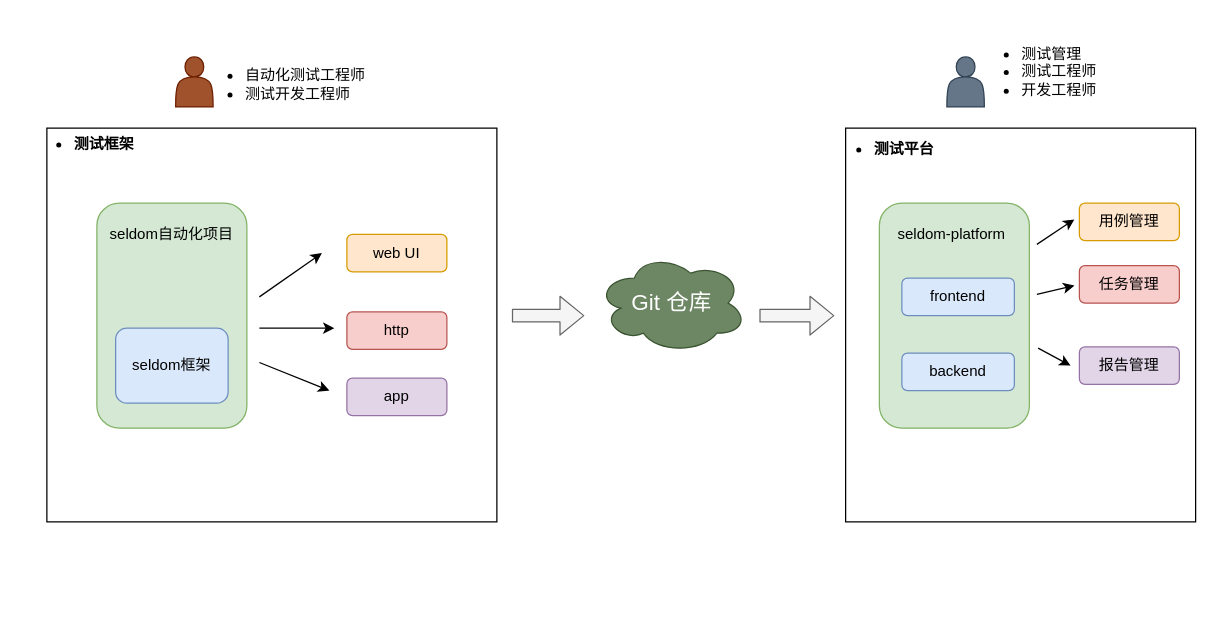
Above: architecture.drawio in SeldomQA/seldom-platform (draw.io), before the change. Source tidied: cells renumbered, new cells numbered last; positions are measured from the earlier drawing's top-left corner, leaving out a move shared by most shapes. Both pictures are drawn from the tidied source at 125%, with x=0, y=0 at pixel (21, 21).
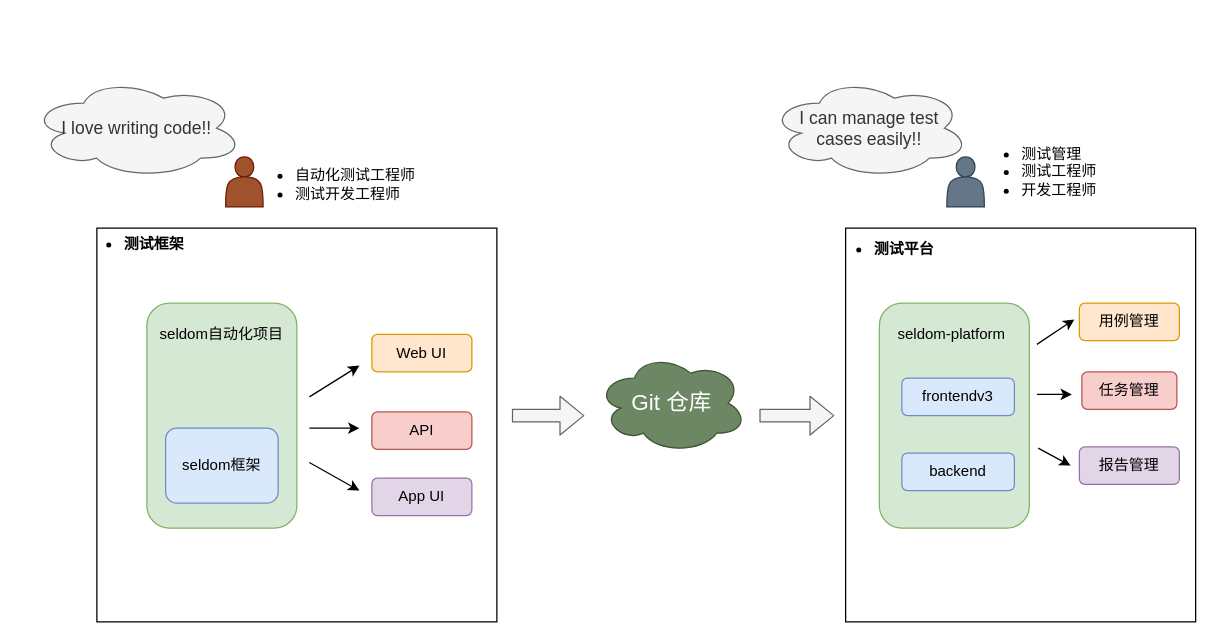
After the change.

Commit message (it also covers changes not shown here):
img: update architecture.

Change to the diagram source:
```diff
@@
     <mxCell id="2" style="rounded=0;whiteSpace=wrap;html=1;" parent="1" vertex="1">
-      <mxGeometry x="659" y="85" width="280" height="315" as="geometry" />
+      <mxGeometry x="659" y="165" width="280" height="315" as="geometry" />
     </mxCell>
     <mxCell id="3" style="rounded=0;whiteSpace=wrap;html=1;" parent="1" vertex="1">
-      <mxGeometry x="20" y="85" width="360" height="315" as="geometry" />
+      <mxGeometry x="60" y="165" width="320" height="315" as="geometry" />
     </mxCell>
     <mxCell id="4" style="rounded=1;whiteSpace=wrap;html=1;fillColor=#d5e8d4;strokeColor=#82b366;" parent="1" vertex="1">
-      <mxGeometry x="686" y="145" width="120" height="180" as="geometry" />
+      <mxGeometry x="686" y="225" width="120" height="180" as="geometry" />
     </mxCell>
     <mxCell id="5" value="seldom-platform" style="text;html=1;strokeColor=none;fillColor=none;align=center;verticalAlign=middle;whiteSpace=wrap;rounded=0;" parent="1" vertex="1">
-      <mxGeometry x="694" y="155" width="100" height="30" as="geometry" />
+      <mxGeometry x="694" y="235" width="100" height="30" as="geometry" />
     </mxCell>
-    <mxCell id="6" value="frontend" style="rounded=1;whiteSpace=wrap;html=1;fillColor=#dae8fc;strokeColor=#6c8ebf;" parent="1" vertex="1">
-      <mxGeometry x="704" y="205" width="90" height="30" as="geometry" />
+    <mxCell id="6" value="frontendv3" style="rounded=1;whiteSpace=wrap;html=1;fillColor=#dae8fc;strokeColor=#6c8ebf;" parent="1" vertex="1">
+      <mxGeometry x="704" y="285" width="90" height="30" as="geometry" />
     </mxCell>
     <mxCell id="7" value="backend" style="rounded=1;whiteSpace=wrap;html=1;fillColor=#dae8fc;strokeColor=#6c8ebf;" parent="1" vertex="1">
-      <mxGeometry x="704" y="265" width="90" height="30" as="geometry" />
+      <mxGeometry x="704" y="345" width="90" height="30" as="geometry" />
     </mxCell>
     <mxCell id="8" style="rounded=1;whiteSpace=wrap;html=1;fillColor=#d5e8d4;strokeColor=#82b366;" parent="1" vertex="1">
-      <mxGeometry x="60" y="145" width="120" height="180" as="geometry" />
+      <mxGeometry x="100" y="225" width="120" height="180" as="geometry" />
     </mxCell>
     <mxCell id="9" value="seldom自动化项目" style="text;html=1;strokeColor=none;fillColor=none;align=center;verticalAlign=middle;whiteSpace=wrap;rounded=0;" parent="1" vertex="1">
-      <mxGeometry x="65" y="155" width="110" height="30" as="geometry" />
+      <mxGeometry x="105" y="235" width="110" height="30" as="geometry" />
     </mxCell>
     <mxCell id="10" value="seldom框架" style="rounded=1;whiteSpace=wrap;html=1;fillColor=#dae8fc;strokeColor=#6c8ebf;" parent="1" vertex="1">
-      <mxGeometry x="75" y="245" width="90" height="60" as="geometry" />
+      <mxGeometry x="115" y="325" width="90" height="60" as="geometry" />
     </mxCell>
-    <mxCell id="11" value="web UI" style="rounded=1;whiteSpace=wrap;html=1;fillColor=#ffe6cc;strokeColor=#d79b00;" parent="1" vertex="1">
-      <mxGeometry x="260" y="170" width="80" height="30" as="geometry" />
+    <mxCell id="11" value="Web UI" style="rounded=1;whiteSpace=wrap;html=1;fillColor=#ffe6cc;strokeColor=#d79b00;" parent="1" vertex="1">
+      <mxGeometry x="280" y="250" width="80" height="30" as="geometry" />
     </mxCell>
     <mxCell id="12" style="shape=flexArrow;endArrow=classic;html=1;fillColor=#f5f5f5;strokeColor=#666666;exitX=1;exitY=0.75;exitDx=0;exitDy=0;" parent="1" edge="1">
       <mxGeometry relative="1" as="geometry">
-        <mxPoint x="392" y="235" as="sourcePoint" />
-        <mxPoint x="450" y="235" as="targetPoint" />
+        <mxPoint x="392" y="315" as="sourcePoint" />
+        <mxPoint x="450" y="315" as="targetPoint" />
       </mxGeometry>
     </mxCell>
-    <mxCell id="13" value="http" style="rounded=1;whiteSpace=wrap;html=1;fillColor=#f8cecc;strokeColor=#b85450;" parent="1" vertex="1">
-      <mxGeometry x="260" y="232" width="80" height="30" as="geometry" />
+    <mxCell id="13" value="API" style="rounded=1;whiteSpace=wrap;html=1;fillColor=#f8cecc;strokeColor=#b85450;" parent="1" vertex="1">
+      <mxGeometry x="280" y="312" width="80" height="30" as="geometry" />
     </mxCell>
-    <mxCell id="14" value="app" style="rounded=1;whiteSpace=wrap;html=1;fillColor=#e1d5e7;strokeColor=#9673a6;" parent="1" vertex="1">
-      <mxGeometry x="260" y="285" width="80" height="30" as="geometry" />
+    <mxCell id="14" value="App UI" style="rounded=1;whiteSpace=wrap;html=1;fillColor=#e1d5e7;strokeColor=#9673a6;" parent="1" vertex="1">
+      <mxGeometry x="280" y="365" width="80" height="30" as="geometry" />
     </mxCell>
     <mxCell id="15" style="endArrow=classic;html=1;" parent="1" edge="1">
       <mxGeometry relative="1" as="geometry">
-        <mxPoint x="190" y="220" as="sourcePoint" />
-        <mxPoint x="240" y="185" as="targetPoint" />
+        <mxPoint x="230" y="300" as="sourcePoint" />
+        <mxPoint x="270" y="275" as="targetPoint" />
       </mxGeometry>
     </mxCell>
     <mxCell id="16" style="endArrow=classic;html=1;" parent="1" edge="1">
       <mxGeometry relative="1" as="geometry">
-        <mxPoint x="190" y="245" as="sourcePoint" />
-        <mxPoint x="250" y="245" as="targetPoint" />
+        <mxPoint x="230" y="325" as="sourcePoint" />
+        <mxPoint x="270" y="325" as="targetPoint" />
       </mxGeometry>
     </mxCell>
     <mxCell id="17" style="endArrow=classic;html=1;" parent="1" edge="1">
       <mxGeometry relative="1" as="geometry">
-        <mxPoint x="190" y="272.5" as="sourcePoint" />
-        <mxPoint x="246" y="295" as="targetPoint" />
+        <mxPoint x="230" y="352.5" as="sourcePoint" />
+        <mxPoint x="270" y="375" as="targetPoint" />
       </mxGeometry>
     </mxCell>
     <mxCell id="18" style="shape=actor;whiteSpace=wrap;html=1;fillColor=#a0522d;fontColor=#ffffff;strokeColor=#6D1F00;" parent="1" vertex="1">
-      <mxGeometry x="123" y="28" width="30" height="40" as="geometry" />
+      <mxGeometry x="163" y="108" width="30" height="40" as="geometry" />
     </mxCell>
     <mxCell id="19" value="&lt;ul&gt;&lt;li&gt;自动化测试工程师&lt;/li&gt;&lt;li&gt;测试开发工程师&lt;/li&gt;&lt;/ul&gt;" style="text;strokeColor=none;fillColor=none;html=1;whiteSpace=wrap;verticalAlign=middle;overflow=hidden;" parent="1" vertex="1">
-      <mxGeometry x="137" y="10" width="178" height="80" as="geometry" />
+      <mxGeometry x="177" y="90" width="178" height="80" as="geometry" />
     </mxCell>
     <mxCell id="20" style="shape=actor;whiteSpace=wrap;html=1;fillColor=#647687;fontColor=#ffffff;strokeColor=#314354;" parent="1" vertex="1">
-      <mxGeometry x="740" y="28" width="30" height="40" as="geometry" />
+      <mxGeometry x="740" y="108" width="30" height="40" as="geometry" />
     </mxCell>
     <mxCell id="21" value="&lt;ul&gt;&lt;li&gt;测试管理&lt;/li&gt;&lt;li&gt;测试工程师&lt;/li&gt;&lt;li&gt;开发工程师&lt;/li&gt;&lt;/ul&gt;" style="text;strokeColor=none;fillColor=none;html=1;whiteSpace=wrap;verticalAlign=middle;overflow=hidden;" parent="1" vertex="1">
-      <mxGeometry x="758" width="168" height="80" as="geometry" />
+      <mxGeometry x="758" y="80" width="168" height="80" as="geometry" />
     </mxCell>
     <mxCell id="22" value="用例管理" style="rounded=1;whiteSpace=wrap;html=1;fillColor=#ffe6cc;strokeColor=#d79b00;" parent="1" vertex="1">
-      <mxGeometry x="846" y="145" width="80" height="30" as="geometry" />
+      <mxGeometry x="846" y="225" width="80" height="30" as="geometry" />
     </mxCell>
     <mxCell id="23" value="任务管理" style="rounded=1;whiteSpace=wrap;html=1;fillColor=#f8cecc;strokeColor=#b85450;" parent="1" vertex="1">
-      <mxGeometry x="846" y="195" width="80" height="30" as="geometry" />
+      <mxGeometry x="848" y="280" width="76" height="30" as="geometry" />
     </mxCell>
     <mxCell id="24" value="报告管理" style="rounded=1;whiteSpace=wrap;html=1;fillColor=#e1d5e7;strokeColor=#9673a6;" parent="1" vertex="1">
-      <mxGeometry x="846" y="260" width="80" height="30" as="geometry" />
+      <mxGeometry x="846" y="340" width="80" height="30" as="geometry" />
     </mxCell>
     <mxCell id="25" style="endArrow=classic;html=1;" parent="1" edge="1">
       <mxGeometry relative="1" as="geometry">
-        <mxPoint x="812" y="178" as="sourcePoint" />
-        <mxPoint x="842" y="158" as="targetPoint" />
+        <mxPoint x="812" y="258" as="sourcePoint" />
+        <mxPoint x="842" y="238" as="targetPoint" />
       </mxGeometry>
     </mxCell>
     <mxCell id="26" style="endArrow=classic;html=1;" parent="1" edge="1">
       <mxGeometry relative="1" as="geometry">
-        <mxPoint x="813" y="261" as="sourcePoint" />
-        <mxPoint x="839" y="275" as="targetPoint" />
+        <mxPoint x="813" y="341" as="sourcePoint" />
+        <mxPoint x="839" y="355" as="targetPoint" />
       </mxGeometry>
     </mxCell>
     <mxCell id="27" style="endArrow=classic;html=1;" parent="1" edge="1">
       <mxGeometry relative="1" as="geometry">
-        <mxPoint x="812" y="218" as="sourcePoint" />
-        <mxPoint x="842" y="211" as="targetPoint" />
+        <mxPoint x="812" y="298" as="sourcePoint" />
+        <mxPoint x="840" y="298" as="targetPoint" />
       </mxGeometry>
     </mxCell>
     <mxCell id="28" value="&lt;ul&gt;&lt;li&gt;&lt;b&gt;测试框架&lt;/b&gt;&lt;/li&gt;&lt;/ul&gt;" style="text;strokeColor=none;fillColor=none;html=1;whiteSpace=wrap;verticalAlign=middle;overflow=hidden;" parent="1" vertex="1">
-      <mxGeometry y="76" width="130" height="40" as="geometry" />
+      <mxGeometry x="40" y="156" width="130" height="40" as="geometry" />
     </mxCell>
     <mxCell id="29" value="&lt;ul&gt;&lt;li&gt;&lt;b&gt;测试平台&lt;/b&gt;&lt;/li&gt;&lt;/ul&gt;" style="text;strokeColor=none;fillColor=none;html=1;whiteSpace=wrap;verticalAlign=middle;overflow=hidden;" parent="1" vertex="1">
-      <mxGeometry x="640" y="80" width="130" height="40" as="geometry" />
+      <mxGeometry x="640" y="160" width="130" height="40" as="geometry" />
     </mxCell>
     <mxCell id="30" value="&lt;font style=&quot;font-size: 18px;&quot;&gt;Git 仓库&lt;/font&gt;" style="ellipse;shape=cloud;whiteSpace=wrap;html=1;fillColor=#6d8764;fontColor=#ffffff;strokeColor=#3A5431;" parent="1" vertex="1">
-      <mxGeometry x="460" y="185" width="120" height="80" as="geometry" />
+      <mxGeometry x="460" y="265" width="120" height="80" as="geometry" />
     </mxCell>
     <mxCell id="31" style="shape=flexArrow;endArrow=classic;html=1;fontSize=18;fillColor=#f5f5f5;strokeColor=#666666;" parent="1" edge="1">
       <mxGeometry relative="1" as="geometry">
-        <mxPoint x="590" y="235" as="sourcePoint" />
-        <mxPoint x="650" y="235" as="targetPoint" />
+        <mxPoint x="590" y="315" as="sourcePoint" />
+        <mxPoint x="650" y="315" as="targetPoint" />
       </mxGeometry>
     </mxCell>
+    <mxCell id="32" value="&lt;font style=&quot;font-size: 14px;&quot;&gt;I love writing code!!&lt;/font&gt;" style="ellipse;shape=cloud;whiteSpace=wrap;html=1;fillColor=#f5f5f5;fontColor=#333333;strokeColor=#666666;" parent="1" vertex="1">
+      <mxGeometry x="7" y="45" width="170" height="80" as="geometry" />
+    </mxCell>
+    <mxCell id="33" value="&lt;font style=&quot;font-size: 14px;&quot;&gt;I can manage test &lt;br&gt;cases easily!!&lt;/font&gt;" style="ellipse;shape=cloud;whiteSpace=wrap;html=1;fillColor=#f5f5f5;fontColor=#333333;strokeColor=#666666;" parent="1" vertex="1">
+      <mxGeometry x="598" y="45" width="160" height="80" as="geometry" />
+    </mxCell>
```
